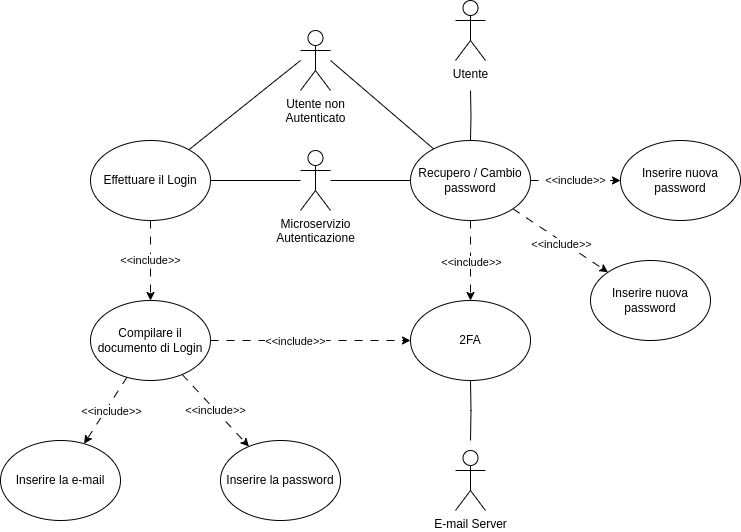
Above: second-deliverable/images/UCD/RF1_login_UCD.png in IS-FixMi/Documentation-Source (draw.io), before the change. Source tidied: cells renumbered, new cells last; positions are measured from the earlier drawing's top-left corner, leaving out a move shared by most shapes.
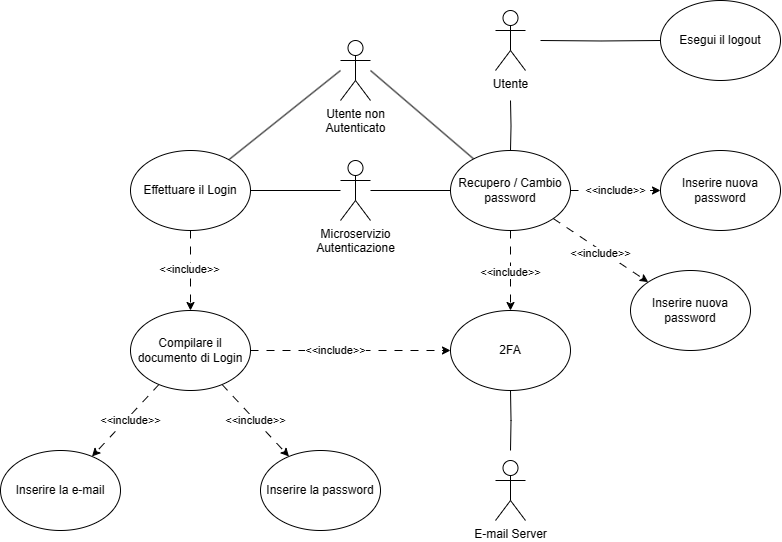
Later version of the same file.

Change to the diagram source:
```diff
@@ -60,7 +60,7 @@
       <mxGeometry x="90" y="300" width="120" height="80" as="geometry" />
     </mxCell>
     <mxCell id="17" value="Inserire la e-mail" style="ellipse;whiteSpace=wrap;html=1;" parent="1" vertex="1">
-      <mxGeometry y="440" width="120" height="80" as="geometry" />
+      <mxGeometry x="-40" y="440" width="120" height="80" as="geometry" />
     </mxCell>
     <mxCell id="18" value="Inserire la password" style="ellipse;whiteSpace=wrap;html=1;" parent="1" vertex="1">
       <mxGeometry x="220" y="440" width="120" height="80" as="geometry" />
@@ -111,5 +111,13 @@
     <mxCell id="32" value="Inserire nuova password" style="ellipse;whiteSpace=wrap;html=1;" parent="1" vertex="1">
       <mxGeometry x="620" y="140" width="120" height="80" as="geometry" />
     </mxCell>
+    <mxCell id="33" value="Esegui il logout" style="ellipse;whiteSpace=wrap;html=1;" parent="1" vertex="1">
+      <mxGeometry x="620" y="-10" width="120" height="80" as="geometry" />
+    </mxCell>
+    <mxCell id="34" style="edgeStyle=orthogonalEdgeStyle;rounded=0;jettySize=auto;html=1;endArrow=none;endFill=0;" parent="1" edge="1" target="33">
+      <mxGeometry relative="1" as="geometry">
+        <mxPoint x="500" y="30" as="sourcePoint" />
+      </mxGeometry>
+    </mxCell>
   </root>
 </mxGraphModel>
```
